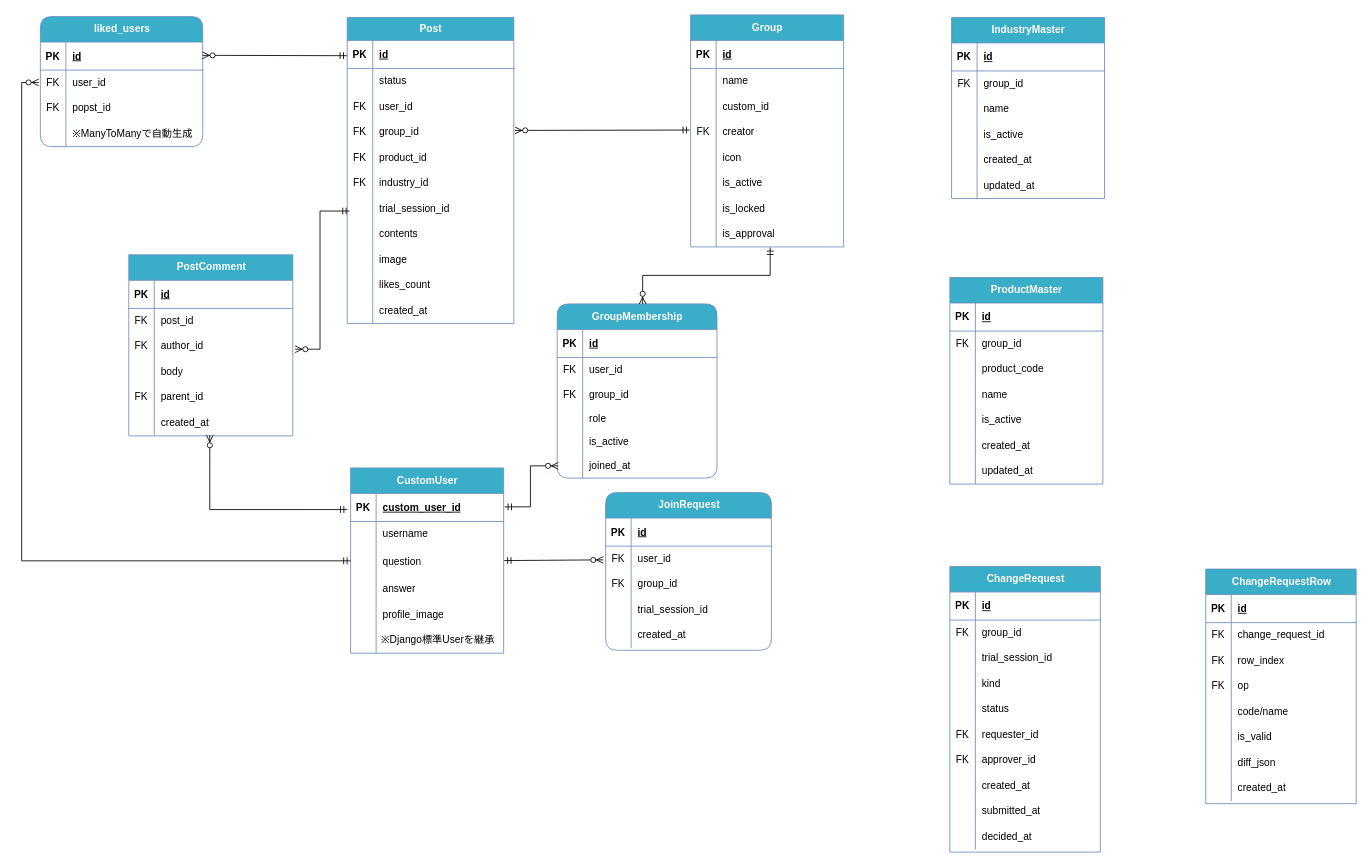
This is docs/drawio/mysfa-er.drawio from wairo8714/MySFA, a draw.io file, before an edit. Source tidied: cells renumbered, new cells numbered last; positions are measured from the earlier drawing's top-left corner, leaving out a move shared by most shapes. Both pictures are drawn from the tidied source at 85%, with x=0, y=0 at pixel (21, 14).
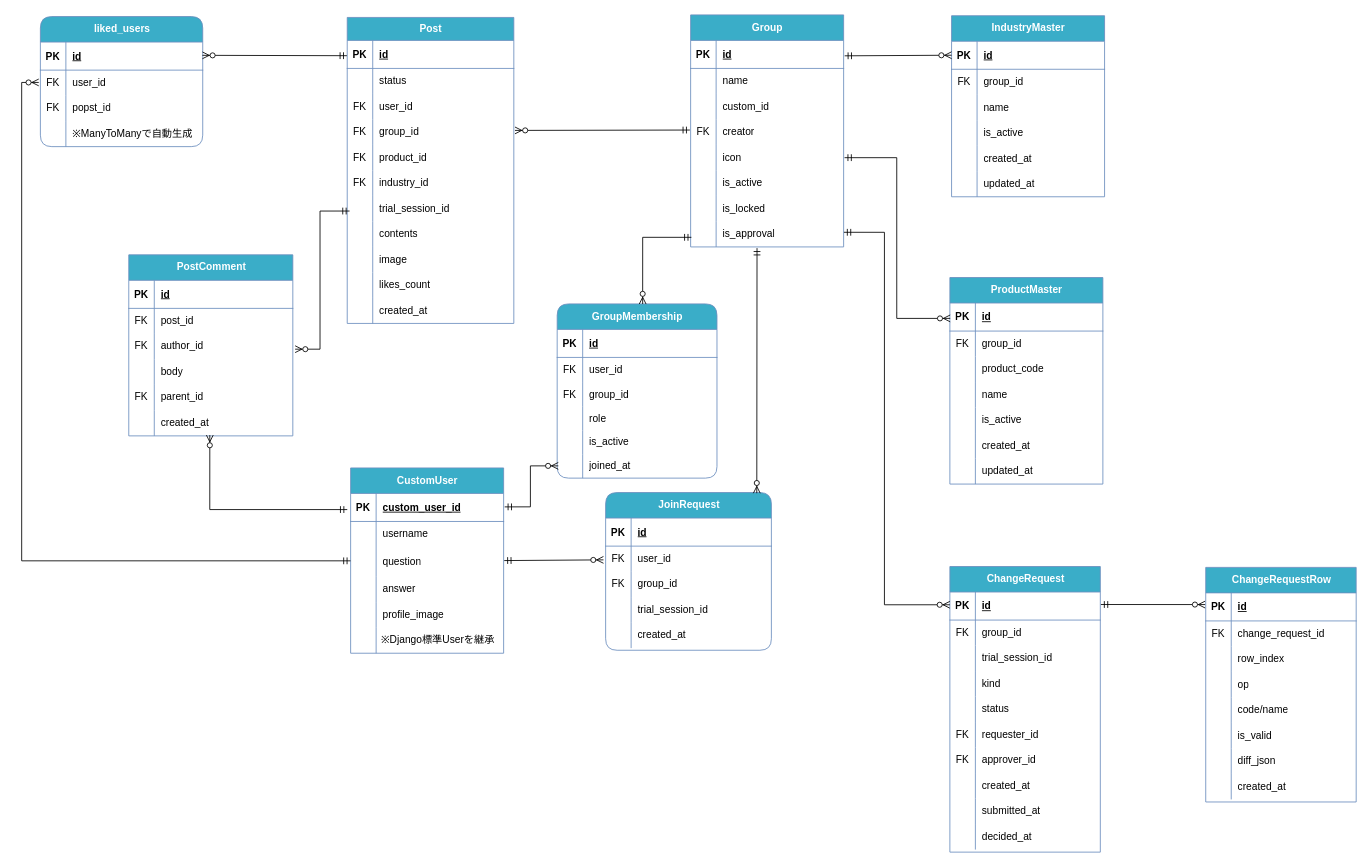
Above is the later version.

Commit message (it also covers changes not shown here):
mysfa-er.drawio を更新します

The change refers to these unchanged cells:
```xml
<mxCell id="76" style="shape=tableRow;horizontal=0;startSize=0;swimlaneHead=0;swimlaneBody=0;fillColor=none;points=[[0,0.5],[1,0.5]];portConstraint=eastwest;top=0;left=0;right=0;bottom=1;strokeColor=light-dark(#6c8ebf, #000000);" parent="75" vertex="1">
  <mxGeometry y="30" width="180" height="33" as="geometry" />
</mxCell>
<mxCell id="88" style="shape=tableRow;horizontal=0;startSize=0;swimlaneHead=0;swimlaneBody=0;fillColor=none;points=[[0,0.5],[1,0.5]];portConstraint=eastwest;top=0;left=0;right=0;bottom=0;strokeColor=light-dark(#6c8ebf, #000000);" parent="75" vertex="1">
  <mxGeometry y="153" width="180" height="30" as="geometry" />
</mxCell>
<mxCell id="97" style="shape=tableRow;horizontal=0;startSize=0;swimlaneHead=0;swimlaneBody=0;fillColor=none;points=[[0,0.5],[1,0.5]];portConstraint=eastwest;top=0;left=0;right=0;bottom=0;strokeColor=light-dark(#6c8ebf, #000000);" parent="75" vertex="1">
  <mxGeometry y="243" width="180" height="30" as="geometry" />
</mxCell>
<mxCell id="100" value="&lt;font color=&quot;#ffffff&quot;&gt;GroupMembership&lt;/font&gt;" style="shape=table;startSize=30;childLayout=tableLayout;rowLines=0;fontStyle=1;align=center;html=1;fillColor=#3AADC8;strokeColor=light-dark(#6c8ebf, #000000);swimlaneFillColor=none;rounded=1;" parent="1" vertex="1">
  <mxGeometry x="630" y="340" width="188" height="205" as="geometry" />
</mxCell>
<mxCell id="120" style="shape=tableRow;horizontal=0;startSize=0;swimlaneHead=0;swimlaneBody=0;fillColor=none;points=[[0,0.5],[1,0.5]];portConstraint=eastwest;top=0;left=0;right=0;bottom=1;strokeColor=light-dark(#6c8ebf, #000000);" parent="119" vertex="1">
  <mxGeometry y="30" width="180" height="33" as="geometry" />
</mxCell>
<mxCell id="142" style="shape=tableRow;horizontal=0;startSize=0;swimlaneHead=0;swimlaneBody=0;fillColor=none;points=[[0,0.5],[1,0.5]];portConstraint=eastwest;top=0;left=0;right=0;bottom=1;strokeColor=light-dark(#6c8ebf, #000000);" parent="141" vertex="1">
  <mxGeometry y="30" width="180" height="33" as="geometry" />
</mxCell>
<mxCell id="162" value="&lt;font color=&quot;#ffffff&quot;&gt;JoinRequest&lt;/font&gt;" style="shape=table;startSize=30;childLayout=tableLayout;rowLines=0;fontStyle=1;align=center;html=1;fillColor=#3AADC8;strokeColor=light-dark(#6c8ebf, #000000);swimlaneFillColor=none;rounded=1;" parent="160" vertex="1">
  <mxGeometry width="195" height="185.5" as="geometry" />
</mxCell>
<mxCell id="179" style="shape=tableRow;horizontal=0;startSize=0;swimlaneHead=0;swimlaneBody=0;fillColor=none;points=[[0,0.5],[1,0.5]];portConstraint=eastwest;top=0;left=0;right=0;bottom=1;strokeColor=light-dark(#6c8ebf, #000000);" parent="178" vertex="1">
  <mxGeometry y="30" width="177" height="33" as="geometry" />
</mxCell>
<mxCell id="210" style="shape=tableRow;horizontal=0;startSize=0;swimlaneHead=0;swimlaneBody=0;fillColor=none;points=[[0,0.5],[1,0.5]];portConstraint=eastwest;top=0;left=0;right=0;bottom=1;strokeColor=light-dark(#6c8ebf, #000000);" parent="209" vertex="1">
  <mxGeometry y="30" width="177" height="33" as="geometry" />
</mxCell>
<mxCell id="216" style="shape=tableRow;horizontal=0;startSize=0;swimlaneHead=0;swimlaneBody=0;fillColor=none;top=0;left=0;right=0;bottom=0;strokeColor=light-dark(#6c8ebf, #000000);" parent="209" vertex="1">
  <mxGeometry y="93" width="177" height="30" as="geometry" />
</mxCell>
<mxCell id="219" style="shape=tableRow;horizontal=0;startSize=0;swimlaneHead=0;swimlaneBody=0;fillColor=none;top=0;left=0;right=0;bottom=0;strokeColor=light-dark(#6c8ebf, #000000);" parent="209" vertex="1">
  <mxGeometry y="123" width="177" height="30" as="geometry" />
</mxCell>
```

Diff of the diagram source:
```diff
@@
     <mxCell id="141" value="&lt;font color=&quot;#ffffff&quot;&gt;IndustryMaster&lt;/font&gt;" style="shape=table;startSize=30;childLayout=tableLayout;rowLines=0;fontStyle=1;align=center;html=1;fillColor=#3AADC8;strokeColor=light-dark(#6c8ebf, #000000);swimlaneFillColor=none;" parent="1" vertex="1">
-      <mxGeometry x="1094" y="3" width="180" height="213" as="geometry" />
+      <mxGeometry x="1094" y="1" width="180" height="213" as="geometry" />
     </mxCell>
@@
     <mxCell id="209" value="&lt;font color=&quot;#ffffff&quot;&gt;ChangeRequestRow&lt;/font&gt;" style="shape=table;startSize=30;childLayout=tableLayout;rowLines=0;fontStyle=1;align=center;html=1;fillColor=#3AADC8;strokeColor=light-dark(#6c8ebf, #000000);swimlaneFillColor=none;" parent="1" vertex="1">
-      <mxGeometry x="1393" y="652" width="177" height="276" as="geometry" />
+      <mxGeometry x="1393" y="650" width="177" height="276" as="geometry" />
     </mxCell>
@@
-    <mxCell id="217" value="FK" style="shape=partialRectangle;fillColor=none;top=0;left=0;bottom=0;right=0;overflow=hidden;whiteSpace=wrap;html=1;strokeColor=light-dark(#6c8ebf, #000000);" parent="216" vertex="1">
+    <mxCell id="217" style="shape=partialRectangle;fillColor=none;top=0;left=0;bottom=0;right=0;overflow=hidden;whiteSpace=wrap;html=1;strokeColor=light-dark(#6c8ebf, #000000);" parent="216" vertex="1">
       <mxGeometry width="30" height="30" as="geometry" />
     </mxCell>
@@
-    <mxCell id="220" value="FK" style="shape=partialRectangle;fillColor=none;top=0;left=0;bottom=0;right=0;overflow=hidden;whiteSpace=wrap;html=1;strokeColor=light-dark(#6c8ebf, #000000);" parent="219" vertex="1">
+    <mxCell id="220" style="shape=partialRectangle;fillColor=none;top=0;left=0;bottom=0;right=0;overflow=hidden;whiteSpace=wrap;html=1;strokeColor=light-dark(#6c8ebf, #000000);" parent="219" vertex="1">
       <mxGeometry width="30" height="30" as="geometry" />
     </mxCell>
@@
-    <mxCell id="236" style="fontSize=12;html=1;endArrow=ERzeroToMany;startArrow=ERmandOne;rounded=0;exitX=0.52;exitY=1.028;exitDx=0;exitDy=0;exitPerimeter=0;entryX=0.535;entryY=0.001;entryDx=0;entryDy=0;entryPerimeter=0;edgeStyle=orthogonalEdgeStyle;" parent="1" edge="1" source="97" target="100">
+    <mxCell id="236" style="fontSize=12;html=1;endArrow=ERzeroToMany;startArrow=ERmandOne;rounded=0;exitX=0.005;exitY=0.624;exitDx=0;exitDy=0;exitPerimeter=0;entryX=0.535;entryY=0.001;entryDx=0;entryDy=0;entryPerimeter=0;edgeStyle=orthogonalEdgeStyle;" parent="1" edge="1" source="97" target="100">
       <mxGeometry relative="1" as="geometry" />
     </mxCell>
@@
+    <mxCell id="263" style="fontSize=12;html=1;endArrow=ERzeroToMany;startArrow=ERmandOne;rounded=0;exitX=1.007;exitY=0.551;exitDx=0;exitDy=0;exitPerimeter=0;entryX=0;entryY=0.499;entryDx=0;entryDy=0;entryPerimeter=0;" parent="1" edge="1" source="76" target="142">
+      <mxGeometry relative="1" as="geometry" />
+    </mxCell>
+    <mxCell id="264" style="fontSize=12;html=1;endArrow=ERzeroToMany;startArrow=ERmandOne;rounded=0;exitX=0.434;exitY=1.047;exitDx=0;exitDy=0;exitPerimeter=0;entryX=0.912;entryY=0.004;entryDx=0;entryDy=0;entryPerimeter=0;" parent="1" edge="1" source="97" target="162">
+      <mxGeometry relative="1" as="geometry" />
+    </mxCell>
+    <mxCell id="265" style="fontSize=12;html=1;endArrow=ERzeroToMany;startArrow=ERmandOne;rounded=0;exitX=1.006;exitY=0.5;exitDx=0;exitDy=0;exitPerimeter=0;entryX=0.002;entryY=0.548;entryDx=0;entryDy=0;entryPerimeter=0;edgeStyle=orthogonalEdgeStyle;" parent="1" edge="1" source="88" target="120">
+      <mxGeometry relative="1" as="geometry" />
+    </mxCell>
+    <mxCell id="266" style="fontSize=12;html=1;endArrow=ERzeroToMany;startArrow=ERmandOne;rounded=0;exitX=1.002;exitY=0.426;exitDx=0;exitDy=0;exitPerimeter=0;edgeStyle=orthogonalEdgeStyle;" parent="1" edge="1" source="97">
+      <mxGeometry relative="1" as="geometry">
+        <mxPoint x="1092" y="694" as="targetPoint" />
+        <Array as="points">
+          <mxPoint x="1015" y="256" />
+          <mxPoint x="1015" y="694" />
+        </Array>
+      </mxGeometry>
+    </mxCell>
+    <mxCell id="267" style="fontSize=12;html=1;endArrow=ERzeroToMany;startArrow=ERmandOne;rounded=0;exitX=1.004;exitY=0.445;exitDx=0;exitDy=0;exitPerimeter=0;entryX=-0.004;entryY=0.417;entryDx=0;entryDy=0;entryPerimeter=0;" parent="1" edge="1" source="179" target="210">
+      <mxGeometry relative="1" as="geometry" />
+    </mxCell>
```
